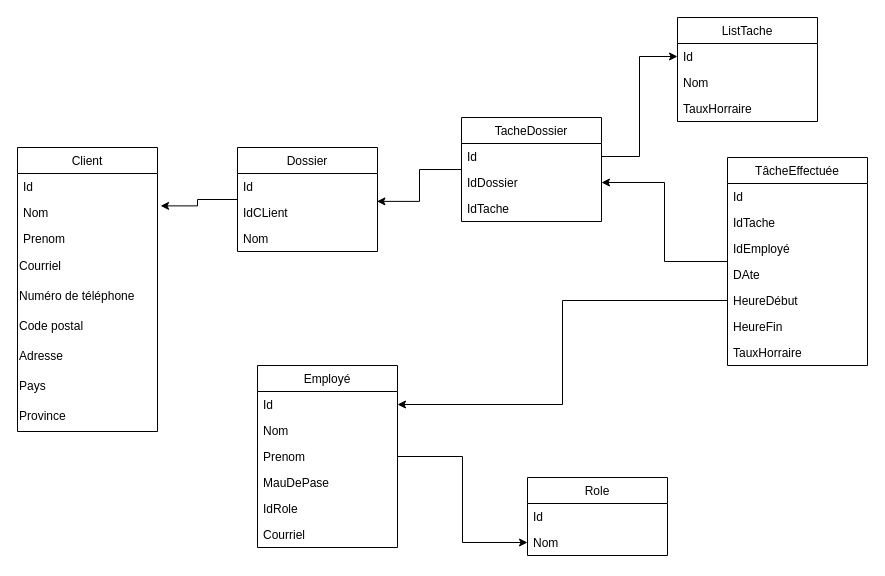
Before: dev/Diagramme BD.drawio in 2111325-Bellerose-Olivier/ConteAble, a draw.io diagram. Source tidied: cells renumbered, new cells numbered last; positions are measured from the earlier drawing's top-left corner, leaving out a move shared by most shapes. Both pictures are drawn from the tidied source at 100%, with x=0, y=0 at pixel (17, 17).
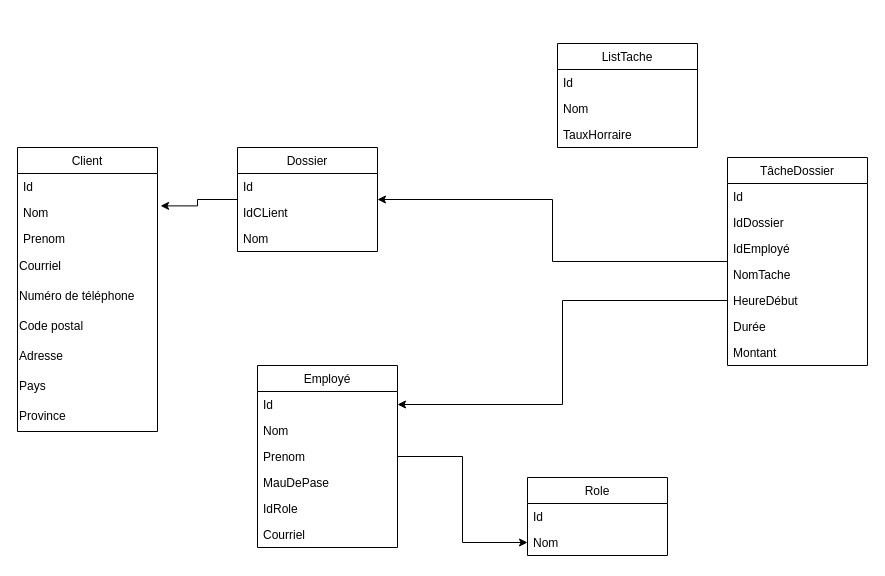
Above is the later version.

Commit message (it also covers changes not shown here):
changement diagrame bd

The change refers to these unchanged cells:
```xml
<mxCell id="13" value="Dossier" style="swimlane;fontStyle=0;horizontal=1;startSize=26;fillColor=none;" parent="1" vertex="1">
  <mxGeometry x="220" y="130" width="140" height="104" as="geometry" />
</mxCell>
<mxCell id="15" value="IdCLient&#10;" style="text;strokeColor=none;fillColor=none;align=left;verticalAlign=top;spacingLeft=4;spacingRight=4;overflow=hidden;points=[[0,0.5],[1,0.5]];portConstraint=eastwest;" parent="13" vertex="1">
  <mxGeometry y="52" width="140" height="26" as="geometry" />
</mxCell>
<mxCell id="44" value="Id" style="text;strokeColor=none;fillColor=none;align=left;verticalAlign=top;spacingLeft=4;spacingRight=4;overflow=hidden;points=[[0,0.5],[1,0.5]];portConstraint=eastwest;" parent="43" vertex="1">
  <mxGeometry y="26" width="140" height="26" as="geometry" />
</mxCell>
```

Diff of the diagram source:
```diff
@@
-    <mxCell id="25" style="edgeStyle=orthogonalEdgeStyle;rounded=0;jettySize=auto;html=1;entryX=0.996;entryY=0.072;entryDx=0;entryDy=0;entryPerimeter=0;" parent="1" edge="1" source="26" target="15">
-      <mxGeometry relative="1" as="geometry" />
-    </mxCell>
-    <mxCell id="26" value="TacheDossier" style="swimlane;fontStyle=0;horizontal=1;startSize=26;fillColor=none;" parent="1" vertex="1">
-      <mxGeometry x="444" y="100" width="140" height="104" as="geometry" />
-    </mxCell>
-    <mxCell id="27" value="Id" style="text;strokeColor=none;fillColor=none;align=left;verticalAlign=top;spacingLeft=4;spacingRight=4;overflow=hidden;points=[[0,0.5],[1,0.5]];portConstraint=eastwest;" parent="26" vertex="1">
-      <mxGeometry y="26" width="140" height="26" as="geometry" />
-    </mxCell>
-    <mxCell id="28" value="IdDossier" style="text;strokeColor=none;fillColor=none;align=left;verticalAlign=top;spacingLeft=4;spacingRight=4;overflow=hidden;points=[[0,0.5],[1,0.5]];portConstraint=eastwest;" parent="26" vertex="1">
-      <mxGeometry y="52" width="140" height="26" as="geometry" />
-    </mxCell>
-    <mxCell id="29" value="IdTache" style="text;strokeColor=none;fillColor=none;align=left;verticalAlign=top;spacingLeft=4;spacingRight=4;overflow=hidden;" parent="26" vertex="1">
-      <mxGeometry y="78" width="140" height="26" as="geometry" />
-    </mxCell>
-    <mxCell id="30" style="edgeStyle=orthogonalEdgeStyle;rounded=0;jettySize=auto;html=1;entryX=1;entryY=0.5;entryDx=0;entryDy=0;" parent="1" edge="1" source="31" target="28">
+    <mxCell id="30" style="edgeStyle=orthogonalEdgeStyle;rounded=0;jettySize=auto;html=1;" parent="1" edge="1" source="31" target="13">
       <mxGeometry relative="1" as="geometry" />
     </mxCell>
-    <mxCell id="31" value="TâcheEffectuée" style="swimlane;fontStyle=0;horizontal=1;startSize=26;fillColor=none;" parent="1" vertex="1">
+    <mxCell id="31" value="TâcheDossier" style="swimlane;fontStyle=0;horizontal=1;startSize=26;fillColor=none;" parent="1" vertex="1">
       <mxGeometry x="710" y="140" width="140" height="208" as="geometry" />
     </mxCell>
@@
-    <mxCell id="33" value="IdTache" style="text;strokeColor=none;fillColor=none;align=left;verticalAlign=top;spacingLeft=4;spacingRight=4;overflow=hidden;" parent="31" vertex="1">
+    <mxCell id="33" value="IdDossier" style="text;strokeColor=none;fillColor=none;align=left;verticalAlign=top;spacingLeft=4;spacingRight=4;overflow=hidden;" parent="31" vertex="1">
       <mxGeometry y="52" width="140" height="26" as="geometry" />
     </mxCell>
@@
-    <mxCell id="35" value="DAte" style="text;strokeColor=none;fillColor=none;align=left;verticalAlign=top;spacingLeft=4;spacingRight=4;overflow=hidden;" parent="31" vertex="1">
+    <mxCell id="35" value="NomTache" style="text;strokeColor=none;fillColor=none;align=left;verticalAlign=top;spacingLeft=4;spacingRight=4;overflow=hidden;" parent="31" vertex="1">
       <mxGeometry y="104" width="140" height="26" as="geometry" />
     </mxCell>
@@
-    <mxCell id="37" value="HeureFin" style="text;strokeColor=none;fillColor=none;align=left;verticalAlign=top;spacingLeft=4;spacingRight=4;overflow=hidden;" parent="31" vertex="1">
+    <mxCell id="37" value="Durée" style="text;strokeColor=none;fillColor=none;align=left;verticalAlign=top;spacingLeft=4;spacingRight=4;overflow=hidden;" parent="31" vertex="1">
       <mxGeometry y="156" width="140" height="26" as="geometry" />
     </mxCell>
-    <mxCell id="38" value="TauxHorraire" style="text;strokeColor=none;fillColor=none;align=left;verticalAlign=top;spacingLeft=4;spacingRight=4;overflow=hidden;" parent="31" vertex="1">
+    <mxCell id="38" value="Montant" style="text;strokeColor=none;fillColor=none;align=left;verticalAlign=top;spacingLeft=4;spacingRight=4;overflow=hidden;" parent="31" vertex="1">
       <mxGeometry y="182" width="140" height="26" as="geometry" />
     </mxCell>
@@
     <mxCell id="43" value="ListTache" style="swimlane;fontStyle=0;horizontal=1;startSize=26;fillColor=none;" parent="1" vertex="1">
-      <mxGeometry x="660" width="140" height="104" as="geometry" />
+      <mxGeometry x="540" y="26" width="140" height="104" as="geometry" />
     </mxCell>
@@
-    <mxCell id="47" style="edgeStyle=orthogonalEdgeStyle;rounded=0;jettySize=auto;html=1;entryX=0;entryY=0.5;entryDx=0;entryDy=0;" parent="1" edge="1" source="27" target="44">
-      <mxGeometry relative="1" as="geometry" />
-    </mxCell>
```
